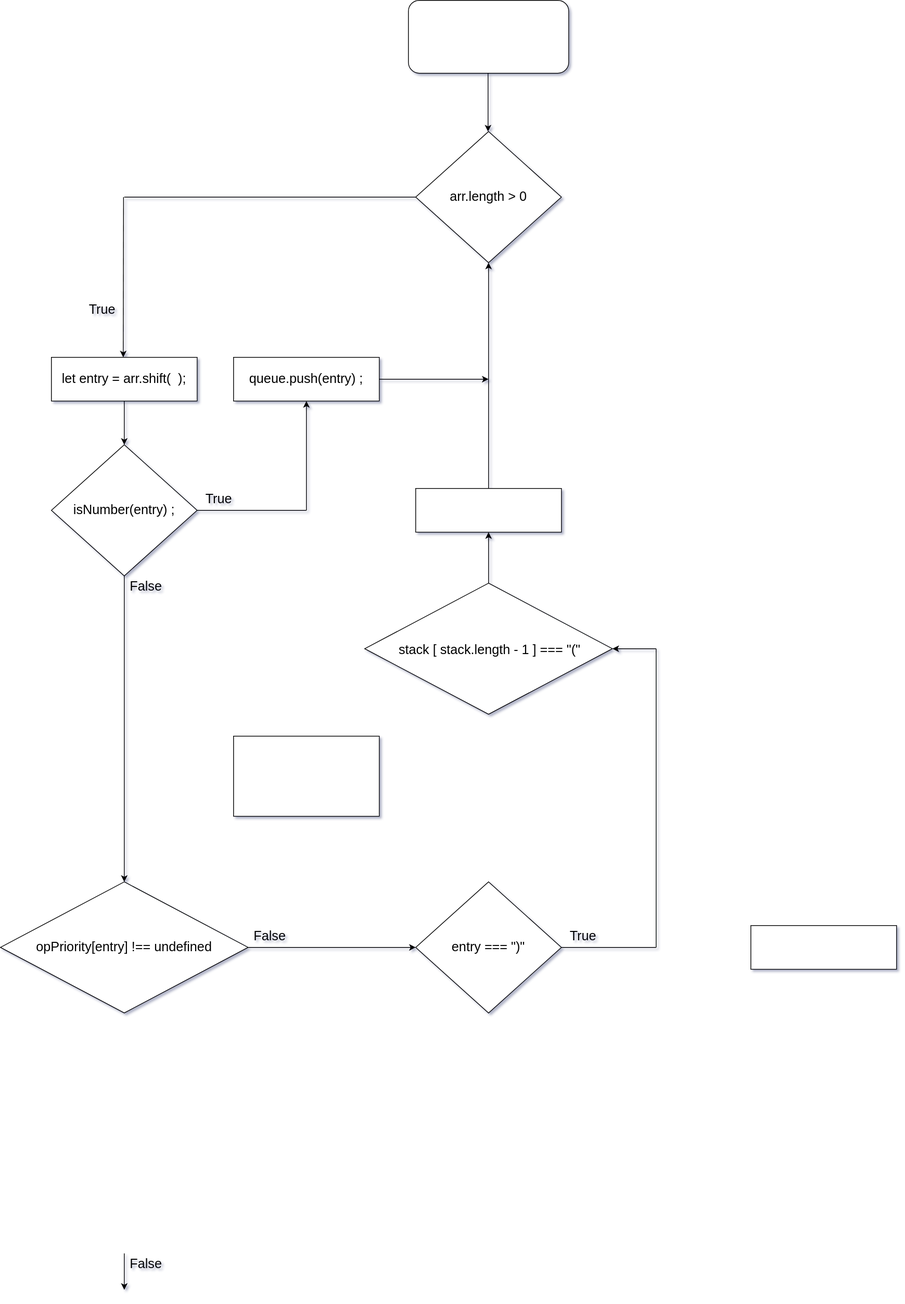
The draw.io diagram Untitled Diagram.drawio.svg in jcgm3205/jcgm3205, before a commit. Source tidied: cells renumbered, new cells last; positions are measured from the earlier drawing's top-left corner, leaving out a move shared by most shapes.
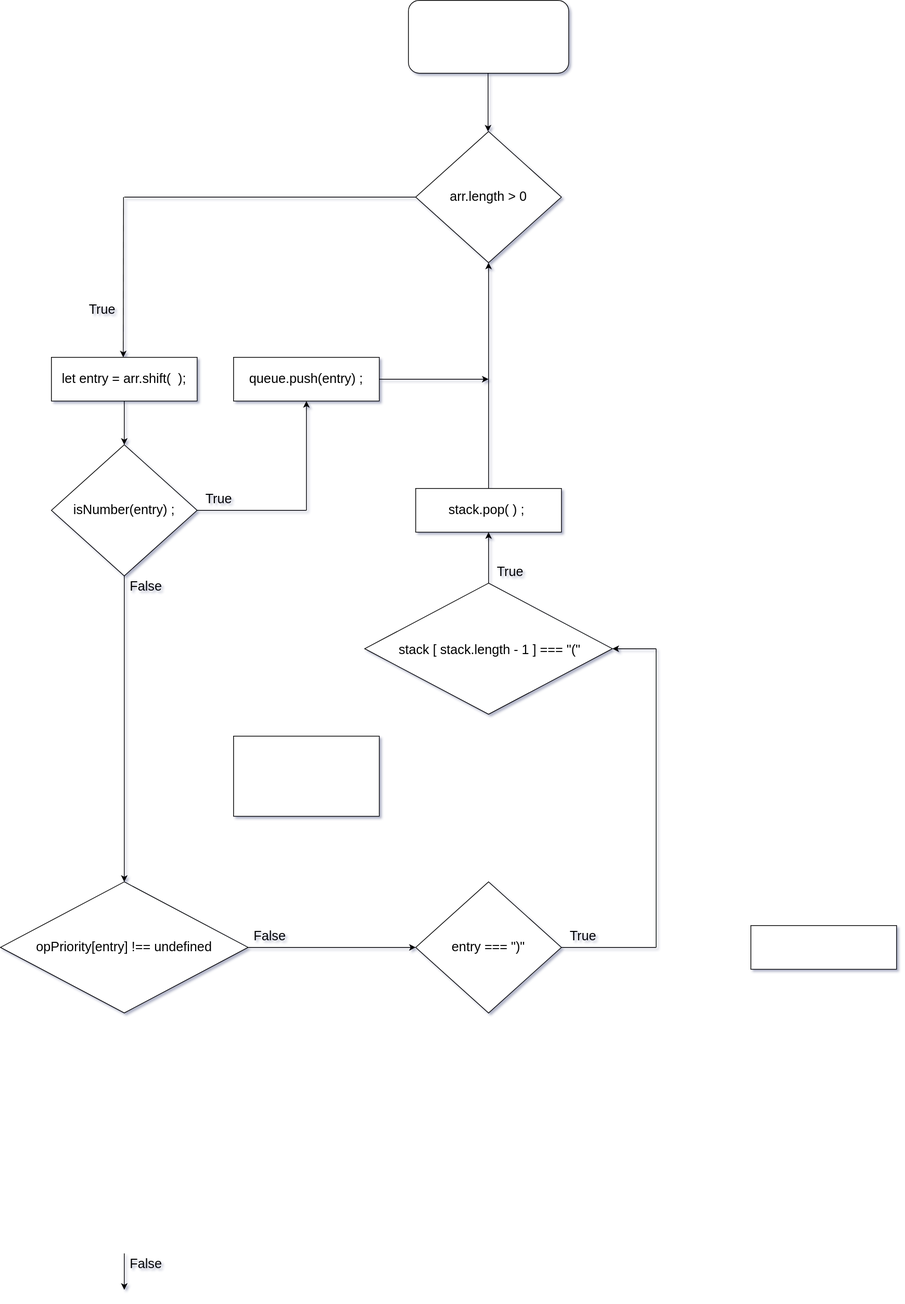
The same diagram one commit later.

Change to the diagram source:
```diff
@@ -153,5 +153,11 @@
     <mxCell id="40" value="True" style="text;html=1;strokeColor=none;fillColor=none;align=center;verticalAlign=middle;whiteSpace=wrap;rounded=0;fontSize=18;" parent="1" vertex="1">
       <mxGeometry x="770" y="1270" width="60" height="30" as="geometry" />
     </mxCell>
+    <mxCell id="41" value="True" style="text;html=1;strokeColor=none;fillColor=none;align=center;verticalAlign=middle;whiteSpace=wrap;rounded=0;fontSize=18;" parent="1" vertex="1">
+      <mxGeometry x="670" y="770" width="60" height="30" as="geometry" />
+    </mxCell>
+    <mxCell id="42" value="stack.pop( ) ;&amp;nbsp;" style="text;html=1;strokeColor=none;fillColor=none;align=center;verticalAlign=middle;whiteSpace=wrap;rounded=0;fontSize=18;" parent="1" vertex="1">
+      <mxGeometry x="570" y="685" width="200" height="30" as="geometry" />
+    </mxCell>
   </root>
 </mxGraphModel>
```
